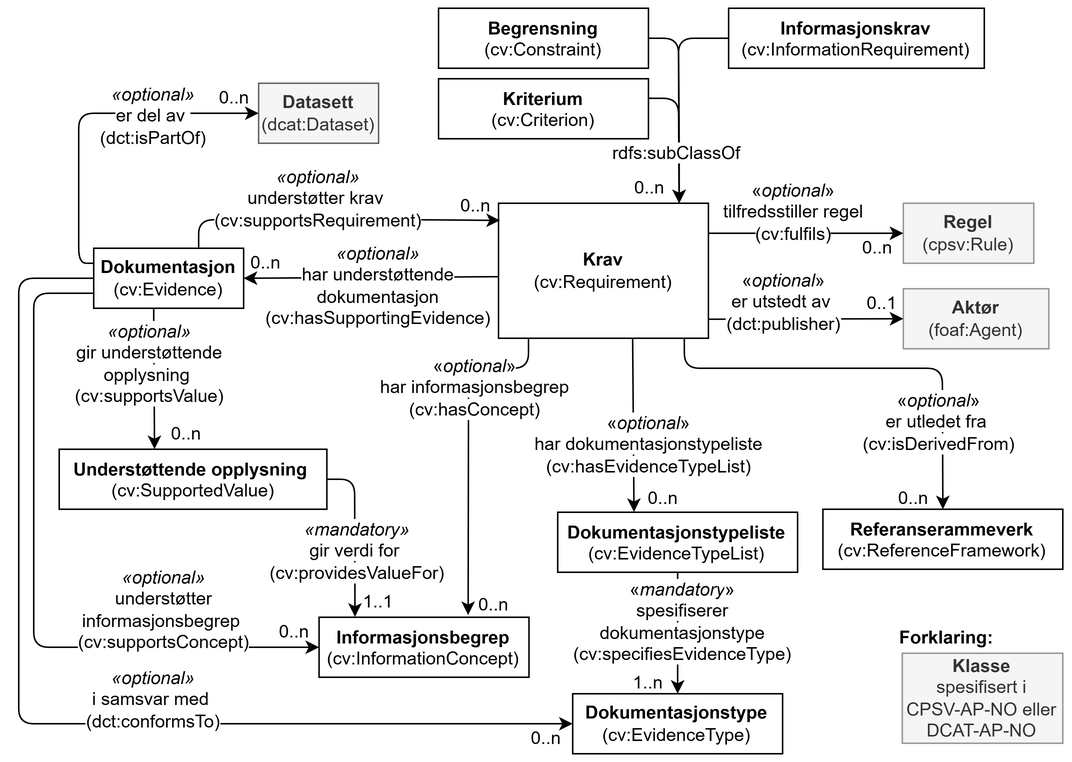
Earlier version of the draw.io export docs/images/CCCEV-AP-NO-klasser.png (Informasjonsforvaltning/cccev-ap-no). Source tidied: cells renumbered, new cells last; positions are measured from the earlier drawing's top-left corner, leaving out a move shared by most shapes.
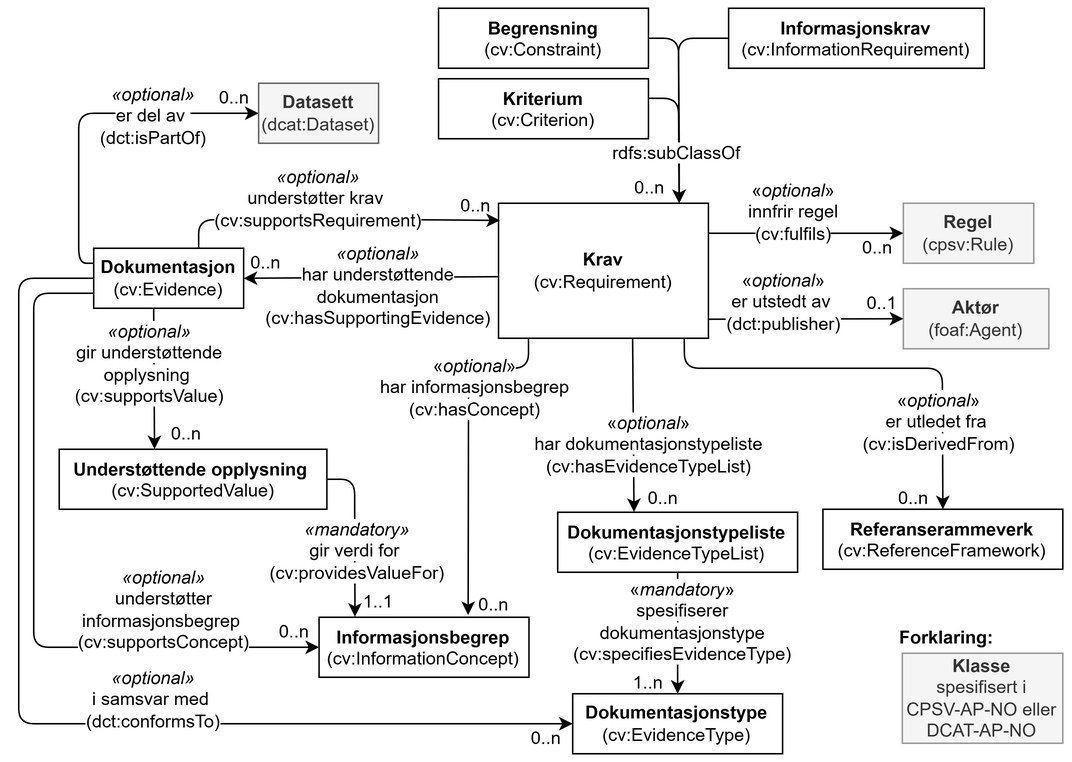
The same diagram one commit later.

Commit message:
tilfredsstiller (regel) -> innfrir regel

Change to the diagram source:
```diff
@@ -40,7 +40,7 @@
         <mxPoint x="460" y="150" as="sourcePoint" />
       </mxGeometry>
     </mxCell>
-    <mxCell id="14" value="&lt;span style=&quot;background-color: rgb(255, 255, 255);&quot;&gt;&amp;nbsp;«&lt;i style=&quot;&quot;&gt;optional&lt;/i&gt;»&amp;nbsp;&lt;br&gt;tilfredsstiller regel&lt;br&gt;(cv:fulfils)&lt;/span&gt;" style="text;html=1;strokeColor=none;fillColor=none;align=center;verticalAlign=middle;whiteSpace=wrap;rounded=0;" parent="1" vertex="1">
+    <mxCell id="14" value="&lt;span style=&quot;background-color: rgb(255, 255, 255);&quot;&gt;&amp;nbsp;«&lt;i style=&quot;&quot;&gt;optional&lt;/i&gt;»&amp;nbsp;&lt;br&gt;innfrir regel&lt;br&gt;(cv:fulfils)&lt;/span&gt;" style="text;html=1;strokeColor=none;fillColor=none;align=center;verticalAlign=middle;whiteSpace=wrap;rounded=0;" parent="1" vertex="1">
       <mxGeometry x="460" y="110" width="113.6" height="52" as="geometry" />
     </mxCell>
     <mxCell id="15" value="0..1" style="text;html=1;strokeColor=none;fillColor=none;align=center;verticalAlign=middle;whiteSpace=wrap;rounded=0;" parent="1" vertex="1">
```
